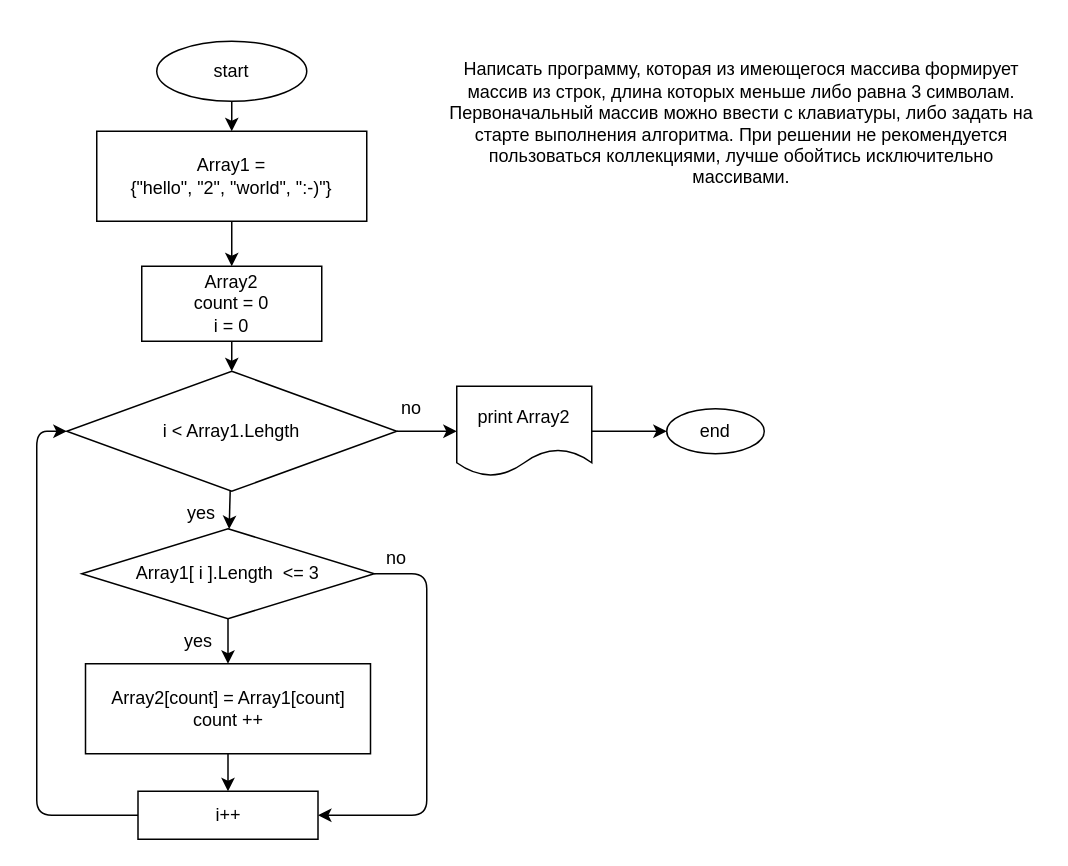
Alshopik/final-work keeps this draw.io diagram as FinalTask/diagram.drawio. Above is the earlier version. Source tidied: cells renumbered, new cells numbered last; positions are measured from the earlier drawing's top-left corner, leaving out a move shared by most shapes. Both pictures are drawn from the tidied source at 150%, with x=0, y=0 at pixel (36, 26).
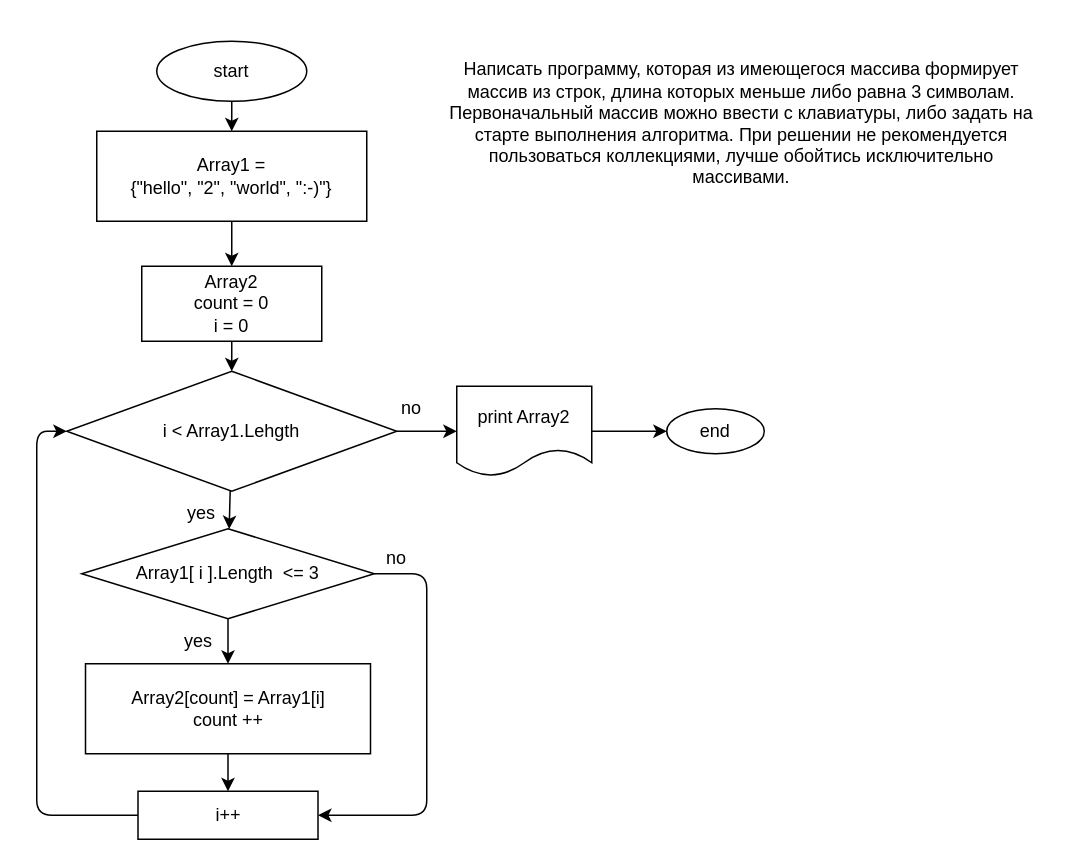
The same diagram, later.

The edit, as a diff of the source:
```diff
@@
-    <mxCell id="13" value="Array2[count] = Array1[count]&lt;br&gt;count ++" style="rounded=0;whiteSpace=wrap;html=1;" parent="1" vertex="1">
+    <mxCell id="13" value="Array2[count] = Array1[i]&lt;br&gt;count ++" style="rounded=0;whiteSpace=wrap;html=1;" parent="1" vertex="1">
       <mxGeometry x="32.5" y="425" width="190" height="60" as="geometry" />
     </mxCell>
```
